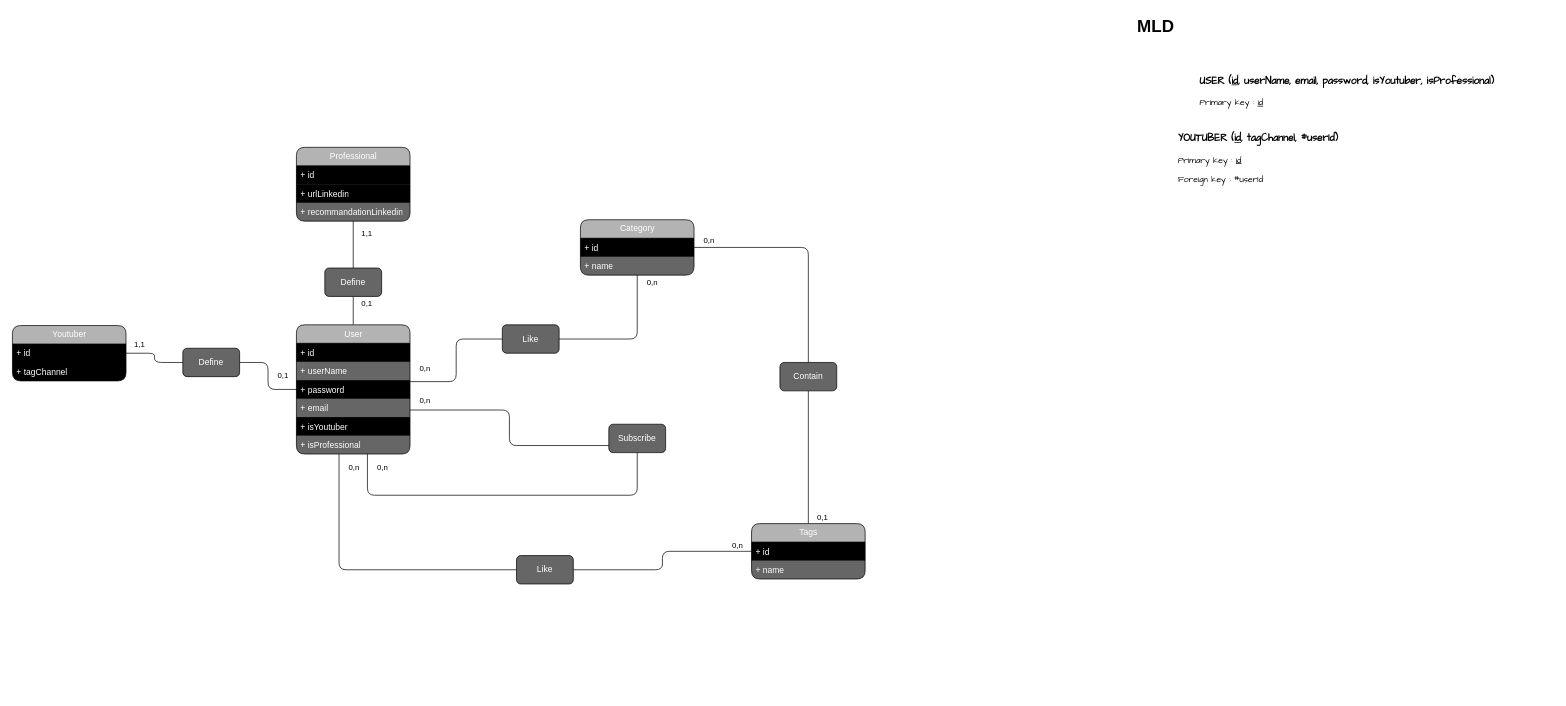
The draw.io diagram youlinkMLD.drawio in C-Alexis4414/Links-to-Experts-Back, before the edit. Source tidied: cells renumbered, new cells numbered last; positions are measured from the earlier drawing's top-left corner, leaving out a move shared by most shapes. Both pictures are drawn from the tidied source at 71%, with x=0, y=0 at pixel (12, 12).
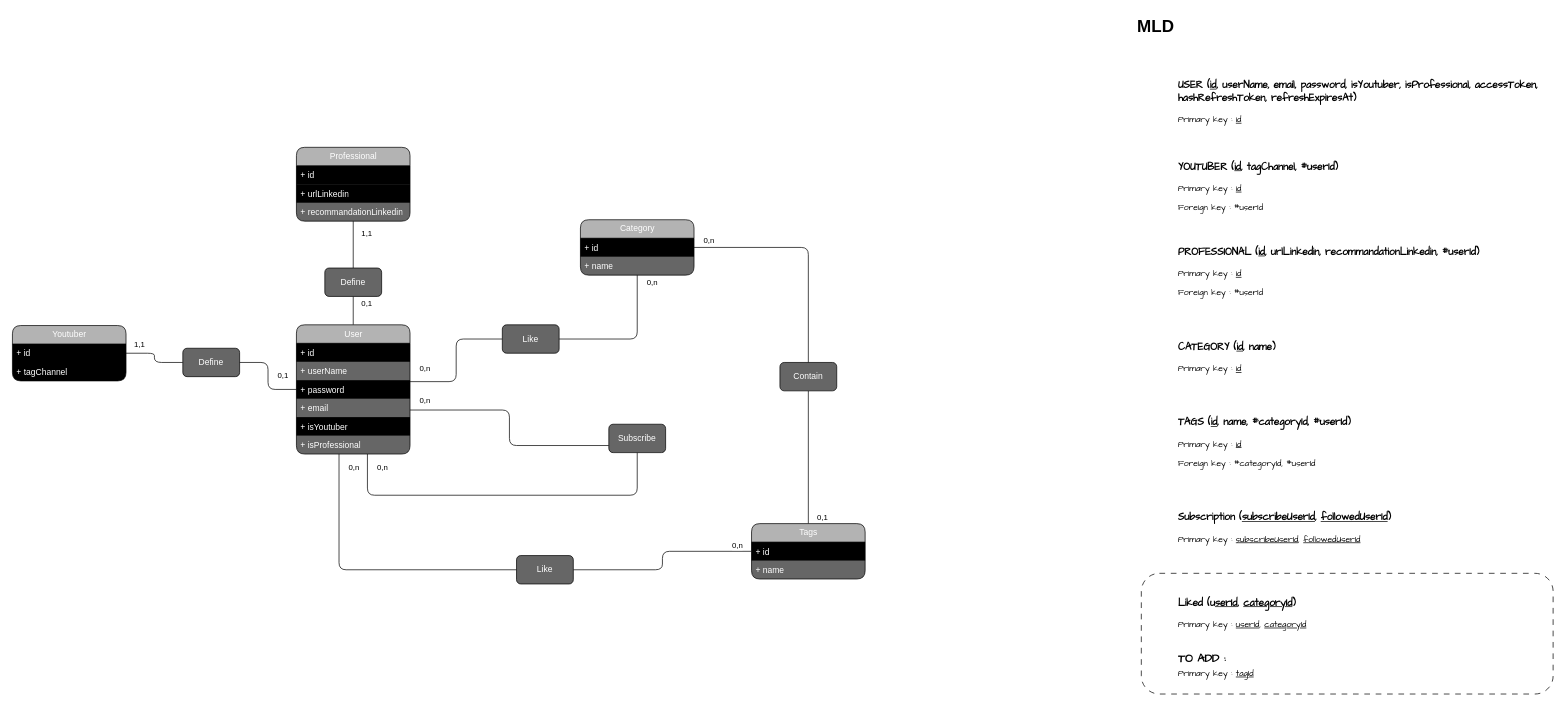
The same page after the edit.

Commit message:
YL-81 MLD V1 completed

The edit, as a diff of the source:
```diff
@@
-    <mxCell id="53" value="&lt;blockquote style=&quot;margin: 0 0 0 40px; border: none; padding: 0px;&quot;&gt;&lt;h3 style=&quot;text-align: left;&quot;&gt;&lt;font style=&quot;color: light-dark(rgb(0, 0, 0), rgb(0, 0, 0));&quot; face=&quot;Comic Sans MS&quot;&gt;&lt;b style=&quot;line-height: 100%;&quot;&gt;USER &lt;/b&gt;(&lt;u&gt;id&lt;/u&gt;, userName, email, password, isYoutuber, isProfessional)&lt;/font&gt;&lt;/h3&gt;&lt;p style=&quot;text-align: left;&quot;&gt;&lt;font style=&quot;color: light-dark(rgb(0, 0, 0), rgb(0, 0, 0));&quot; face=&quot;Comic Sans MS&quot;&gt;Primary key : &lt;u&gt;id&lt;/u&gt;&lt;/font&gt;&lt;/p&gt;&lt;/blockquote&gt;" style="rounded=1;whiteSpace=wrap;html=1;strokeColor=none;arcSize=25;fillColor=light-dark(#FFFFFF,#B3B3B3);" parent="1" vertex="1">
-      <mxGeometry x="1600" y="80" width="520" height="60" as="geometry" />
+    <mxCell id="53" value="&lt;blockquote style=&quot;margin: 0 0 0 40px; border: none; padding: 0px;&quot;&gt;&lt;h3 style=&quot;&quot;&gt;&lt;font style=&quot;color: light-dark(rgb(0, 0, 0), rgb(0, 0, 0));&quot; face=&quot;Comic Sans MS&quot;&gt;&lt;b style=&quot;line-height: 100%;&quot;&gt;USER &lt;/b&gt;(&lt;u&gt;id&lt;/u&gt;, userName, email, password, isYoutuber, isProfessional, accessToken, hashRefreshToken, refreshExpiresAt)&lt;/font&gt;&lt;/h3&gt;&lt;p style=&quot;&quot;&gt;&lt;font style=&quot;color: light-dark(rgb(0, 0, 0), rgb(0, 0, 0));&quot; face=&quot;Comic Sans MS&quot;&gt;Primary key : &lt;u&gt;id&lt;/u&gt;&lt;/font&gt;&lt;/p&gt;&lt;/blockquote&gt;" style="rounded=1;whiteSpace=wrap;html=1;strokeColor=none;arcSize=25;fillColor=light-dark(#FFFFFF,#B3B3B3);align=left;" parent="1" vertex="1">
+      <mxGeometry x="1600" y="80" width="560" height="90" as="geometry" />
     </mxCell>
     <mxCell id="54" value="&lt;blockquote style=&quot;margin: 0 0 0 40px; border: none; padding: 0px;&quot;&gt;&lt;h3 style=&quot;&quot;&gt;&lt;font style=&quot;color: light-dark(rgb(0, 0, 0), rgb(0, 0, 0));&quot; face=&quot;Comic Sans MS&quot;&gt;&lt;b style=&quot;line-height: 100%;&quot;&gt;YOUTUBER&amp;nbsp;&lt;/b&gt;(&lt;u&gt;id&lt;/u&gt;, tagChannel, #userId)&lt;/font&gt;&lt;/h3&gt;&lt;p style=&quot;&quot;&gt;&lt;font style=&quot;color: light-dark(rgb(0, 0, 0), rgb(0, 0, 0));&quot; face=&quot;Comic Sans MS&quot;&gt;Primary key : &lt;u&gt;id&lt;/u&gt;&lt;/font&gt;&lt;/p&gt;&lt;p style=&quot;&quot;&gt;&lt;font style=&quot;color: light-dark(rgb(0, 0, 0), rgb(0, 0, 0));&quot; face=&quot;Comic Sans MS&quot;&gt;Foreign key : #userId&lt;/font&gt;&lt;/p&gt;&lt;/blockquote&gt;" style="rounded=1;whiteSpace=wrap;html=1;strokeColor=none;align=left;fillColor=light-dark(#FFFFFF,#B3B3B3);" parent="1" vertex="1">
-      <mxGeometry x="1600" y="160" width="520" height="90" as="geometry" />
+      <mxGeometry x="1600" y="200" width="560" height="90" as="geometry" />
     </mxCell>
+    <mxCell id="55" value="&lt;blockquote style=&quot;margin: 0 0 0 40px; border: none; padding: 0px;&quot;&gt;&lt;h3 style=&quot;&quot;&gt;&lt;font style=&quot;color: light-dark(rgb(0, 0, 0), rgb(0, 0, 0));&quot; face=&quot;Comic Sans MS&quot;&gt;&lt;b style=&quot;line-height: 100%;&quot;&gt;PROFESSIONAL&amp;nbsp;&lt;/b&gt;(&lt;u&gt;id&lt;/u&gt;, urlLinkedin, recommandationLinkedin, #userId)&lt;/font&gt;&lt;/h3&gt;&lt;p style=&quot;&quot;&gt;&lt;font style=&quot;color: light-dark(rgb(0, 0, 0), rgb(0, 0, 0));&quot; face=&quot;Comic Sans MS&quot;&gt;Primary key : &lt;u&gt;id&lt;/u&gt;&lt;/font&gt;&lt;/p&gt;&lt;p style=&quot;&quot;&gt;&lt;font style=&quot;color: light-dark(rgb(0, 0, 0), rgb(0, 0, 0));&quot; face=&quot;Comic Sans MS&quot;&gt;Foreign key : #userId&lt;/font&gt;&lt;/p&gt;&lt;/blockquote&gt;" style="rounded=1;whiteSpace=wrap;html=1;strokeColor=none;align=left;fillColor=light-dark(#FFFFFF,#B3B3B3);" parent="1" vertex="1">
+      <mxGeometry x="1600" y="320" width="560" height="90" as="geometry" />
+    </mxCell>
+    <mxCell id="56" value="&lt;blockquote style=&quot;margin: 0 0 0 40px; border: none; padding: 0px;&quot;&gt;&lt;h3 style=&quot;&quot;&gt;&lt;font style=&quot;color: light-dark(rgb(0, 0, 0), rgb(0, 0, 0));&quot; face=&quot;Comic Sans MS&quot;&gt;&lt;b style=&quot;line-height: 100%;&quot;&gt;CATEGORY&amp;nbsp;&lt;/b&gt;(&lt;u&gt;id&lt;/u&gt;, name)&lt;/font&gt;&lt;/h3&gt;&lt;p style=&quot;&quot;&gt;&lt;font style=&quot;color: light-dark(rgb(0, 0, 0), rgb(0, 0, 0));&quot; face=&quot;Comic Sans MS&quot;&gt;Primary key : &lt;u&gt;id&lt;/u&gt;&lt;/font&gt;&lt;/p&gt;&lt;/blockquote&gt;" style="rounded=1;whiteSpace=wrap;html=1;strokeColor=none;align=left;fillColor=light-dark(#FFFFFF,#B3B3B3);" parent="1" vertex="1">
+      <mxGeometry x="1600" y="440" width="560" height="90" as="geometry" />
+    </mxCell>
+    <mxCell id="57" value="&lt;blockquote style=&quot;margin: 0 0 0 40px; border: none; padding: 0px;&quot;&gt;&lt;h3 style=&quot;&quot;&gt;&lt;font style=&quot;color: light-dark(rgb(0, 0, 0), rgb(0, 0, 0));&quot; face=&quot;Comic Sans MS&quot;&gt;&lt;b style=&quot;line-height: 100%;&quot;&gt;TAGS&amp;nbsp;&lt;/b&gt;(&lt;u&gt;id&lt;/u&gt;, name, #categoryId, #userId)&lt;/font&gt;&lt;/h3&gt;&lt;p style=&quot;&quot;&gt;&lt;font style=&quot;color: light-dark(rgb(0, 0, 0), rgb(0, 0, 0));&quot; face=&quot;Comic Sans MS&quot;&gt;Primary key : &lt;u&gt;id&lt;/u&gt;&lt;/font&gt;&lt;/p&gt;&lt;p style=&quot;&quot;&gt;&lt;font style=&quot;color: light-dark(rgb(0, 0, 0), rgb(0, 0, 0));&quot; face=&quot;Comic Sans MS&quot;&gt;Foreign key : #categoryId, #userId&lt;/font&gt;&lt;/p&gt;&lt;/blockquote&gt;" style="rounded=1;whiteSpace=wrap;html=1;strokeColor=none;align=left;fillColor=light-dark(#FFFFFF,#B3B3B3);" parent="1" vertex="1">
+      <mxGeometry x="1600" y="560" width="560" height="90" as="geometry" />
+    </mxCell>
+    <mxCell id="58" value="&lt;blockquote style=&quot;margin: 0 0 0 40px; border: none; padding: 0px;&quot;&gt;&lt;h3 style=&quot;&quot;&gt;&lt;font style=&quot;color: light-dark(rgb(0, 0, 0), rgb(0, 0, 0));&quot; face=&quot;Comic Sans MS&quot;&gt;&lt;b style=&quot;line-height: 100%;&quot;&gt;Subscription&amp;nbsp;&lt;/b&gt;(&lt;u&gt;subscribeUserId&lt;/u&gt;, &lt;u&gt;followedUserId&lt;/u&gt;)&lt;/font&gt;&lt;/h3&gt;&lt;p style=&quot;&quot;&gt;&lt;font style=&quot;color: light-dark(rgb(0, 0, 0), rgb(0, 0, 0));&quot; face=&quot;Comic Sans MS&quot;&gt;Primary key : &lt;u&gt;subscribeUserId&lt;/u&gt;, &lt;u&gt;followedUserId&lt;/u&gt;&lt;/font&gt;&lt;/p&gt;&lt;/blockquote&gt;" style="rounded=1;whiteSpace=wrap;html=1;strokeColor=none;align=left;fillColor=light-dark(#FFFFFF,#B3B3B3);" parent="1" vertex="1">
+      <mxGeometry x="1600" y="680" width="560" height="90" as="geometry" />
+    </mxCell>
+    <mxCell id="59" value="&lt;blockquote style=&quot;margin: 0 0 0 40px; border: none; padding: 0px;&quot;&gt;&lt;h3 style=&quot;&quot;&gt;&lt;font style=&quot;color: light-dark(rgb(0, 0, 0), rgb(0, 0, 0));&quot; face=&quot;Comic Sans MS&quot;&gt;&lt;b style=&quot;line-height: 100%;&quot;&gt;Liked&amp;nbsp;&lt;/b&gt;(u&lt;u&gt;serId&lt;/u&gt;, &lt;u&gt;categoryId&lt;/u&gt;)&lt;/font&gt;&lt;/h3&gt;&lt;p style=&quot;&quot;&gt;&lt;font style=&quot;color: light-dark(rgb(0, 0, 0), rgb(0, 0, 0));&quot; face=&quot;Comic Sans MS&quot;&gt;Primary key : &lt;u&gt;userId&lt;/u&gt;, &lt;u&gt;categoryId&lt;/u&gt;&lt;/font&gt;&lt;/p&gt;&lt;/blockquote&gt;" style="rounded=1;whiteSpace=wrap;html=1;strokeColor=none;align=left;fillColor=light-dark(#FFFFFF,#B3B3B3);" parent="1" vertex="1">
+      <mxGeometry x="1600" y="800" width="560" height="90" as="geometry" />
+    </mxCell>
+    <mxCell id="60" style="rounded=1;whiteSpace=wrap;html=1;fillColor=none;dashed=1;dashPattern=8 8;strokeColor=light-dark(#000000,#FF0000);" parent="1" vertex="1">
+      <mxGeometry x="1590" y="790" width="580" height="170" as="geometry" />
+    </mxCell>
+    <mxCell id="61" value="&lt;blockquote style=&quot;margin: 0 0 0 40px; border: none; padding: 0px;&quot;&gt;&lt;font style=&quot;color: light-dark(rgb(0, 0, 0), rgb(255, 0, 0));&quot;&gt;TO ADD :&amp;nbsp;&lt;/font&gt;&lt;/blockquote&gt;&lt;blockquote style=&quot;margin: 0 0 0 40px; border: none; padding: 0px;&quot;&gt;&lt;span style=&quot;font-weight: normal;&quot;&gt;&lt;font style=&quot;font-size: 12px; color: light-dark(rgb(0, 0, 0), rgb(255, 0, 0));&quot;&gt;Primary key : &lt;u&gt;tagId&lt;/u&gt;&lt;/font&gt;&lt;/span&gt;&lt;/blockquote&gt;" style="text;strokeColor=none;fillColor=none;html=1;fontSize=16;fontStyle=1;verticalAlign=middle;align=left;fontFamily=Comic Sans MS;whiteSpace=wrap;" parent="1" vertex="1">
+      <mxGeometry x="1600" y="890" width="560" height="60" as="geometry" />
+    </mxCell>
```
